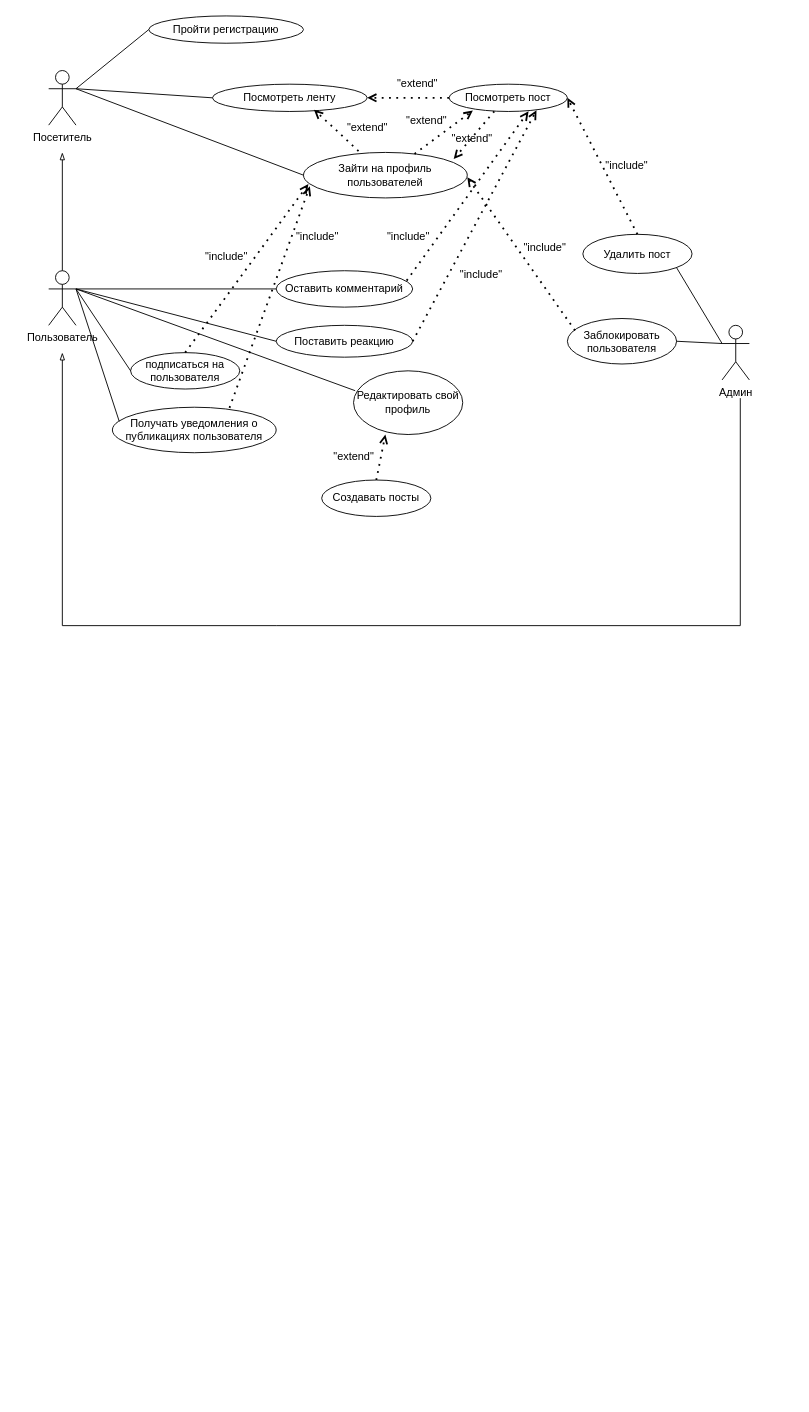
The draw.io diagram page "lab2" (8 of 8) of MiniToolStream_idef0.drawio in moroshma/MiniToolStream, before the edit. Source tidied: cells renumbered, new cells numbered last; positions are measured from the earlier drawing's top-left corner, leaving out a move shared by most shapes. Both pictures are drawn from the tidied source at 91%, with x=0, y=0 at pixel (48, 15).
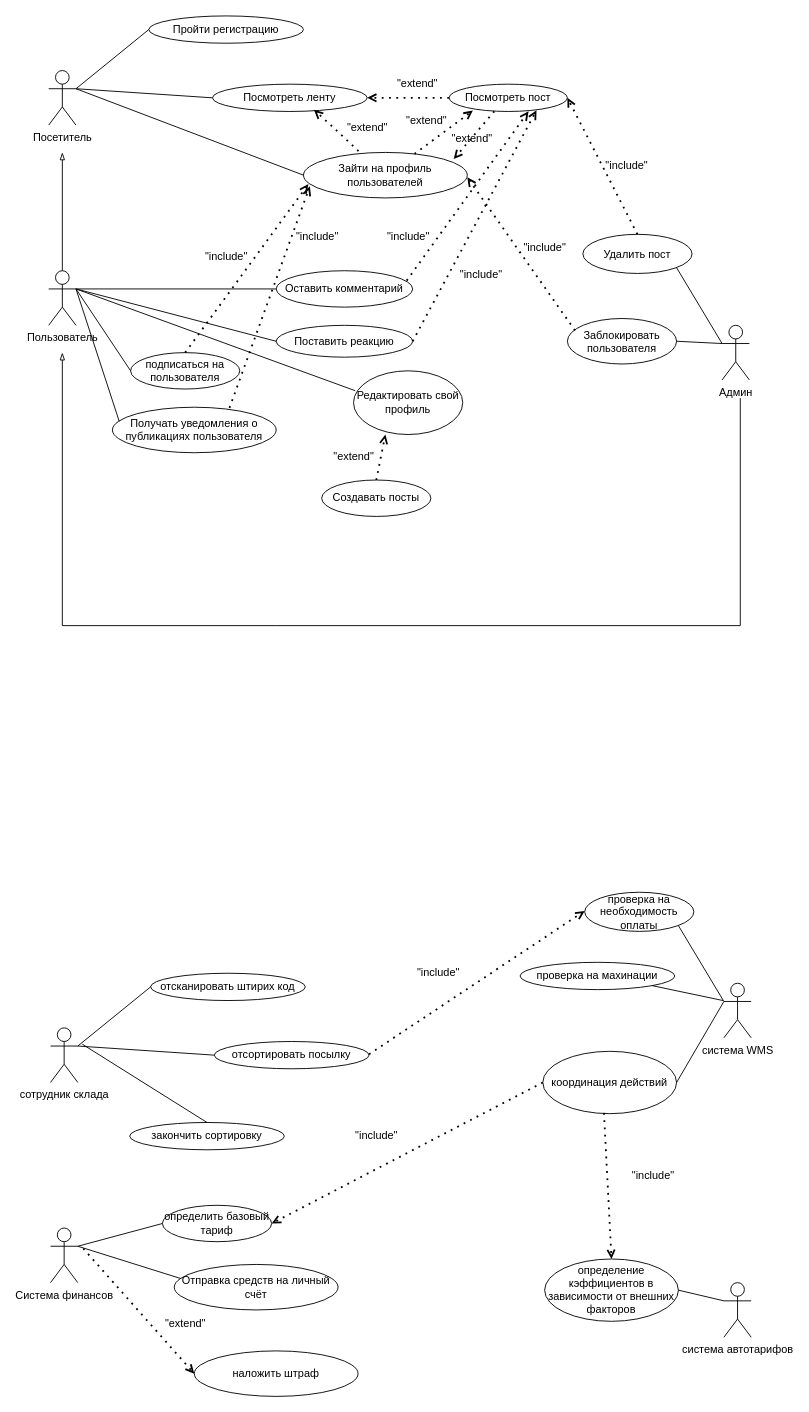
The same diagram, later.

The edit, as a diff of the source:
```diff
@@
+    <mxCell id="51" value="сотрудник склада" style="shape=umlActor;verticalLabelPosition=bottom;verticalAlign=top;html=1;outlineConnect=0;" parent="1" vertex="1">
+      <mxGeometry x="2" y="1112" width="30" height="60" as="geometry" />
+    </mxCell>
+    <mxCell id="52" value="отсканировать штирих код" style="ellipse;whiteSpace=wrap;html=1;" parent="1" vertex="1">
+      <mxGeometry x="112" y="1052" width="170" height="30" as="geometry" />
+    </mxCell>
+    <mxCell id="53" value="отсортировать посылку" style="ellipse;whiteSpace=wrap;html=1;" parent="1" vertex="1">
+      <mxGeometry x="182" y="1127" width="170" height="30" as="geometry" />
+    </mxCell>
+    <mxCell id="54" style="endArrow=none;html=1;rounded=0;entryX=0;entryY=0.5;entryDx=0;entryDy=0;exitX=1;exitY=0.3333333333333333;exitDx=0;exitDy=0;exitPerimeter=0;" parent="1" edge="1" source="51" target="52">
+      <mxGeometry relative="1" as="geometry" />
+    </mxCell>
+    <mxCell id="55" style="endArrow=none;html=1;rounded=0;exitX=1;exitY=0.3333333333333333;exitDx=0;exitDy=0;exitPerimeter=0;entryX=0;entryY=0.5;entryDx=0;entryDy=0;" parent="1" edge="1" source="51" target="53">
+      <mxGeometry relative="1" as="geometry" />
+    </mxCell>
+    <mxCell id="56" value="Система финансов" style="shape=umlActor;verticalLabelPosition=bottom;verticalAlign=top;html=1;" parent="1" vertex="1">
+      <mxGeometry x="2" y="1332" width="30" height="60" as="geometry" />
+    </mxCell>
+    <mxCell id="57" value="определить базовый тариф" style="ellipse;whiteSpace=wrap;html=1;" parent="1" vertex="1">
+      <mxGeometry x="125" y="1307" width="120" height="40" as="geometry" />
+    </mxCell>
+    <mxCell id="58" style="endArrow=none;html=1;rounded=0;exitX=0;exitY=0.5;exitDx=0;exitDy=0;" parent="1" edge="1" source="57">
+      <mxGeometry relative="1" as="geometry">
+        <mxPoint x="32" y="1352" as="targetPoint" />
+      </mxGeometry>
+    </mxCell>
+    <mxCell id="59" value="Отправка средств на личный счёт" style="ellipse;whiteSpace=wrap;html=1;" parent="1" vertex="1">
+      <mxGeometry x="138" y="1372" width="180" height="50" as="geometry" />
+    </mxCell>
+    <mxCell id="60" style="endArrow=none;html=1;rounded=0;exitX=0.042;exitY=0.312;exitDx=0;exitDy=0;exitPerimeter=0;" parent="1" edge="1" source="59">
+      <mxGeometry relative="1" as="geometry">
+        <mxPoint x="32" y="1352" as="targetPoint" />
+      </mxGeometry>
+    </mxCell>
+    <mxCell id="61" value="система автотарифов" style="shape=umlActor;verticalLabelPosition=bottom;verticalAlign=top;html=1;outlineConnect=0;" parent="1" vertex="1">
+      <mxGeometry x="742" y="1392" width="30" height="60" as="geometry" />
+    </mxCell>
+    <mxCell id="62" value="определение кэффициентов в зависимости от внешних факторов" style="ellipse;whiteSpace=wrap;html=1;" parent="1" vertex="1">
+      <mxGeometry x="545" y="1366" width="147" height="68.5" as="geometry" />
+    </mxCell>
+    <mxCell id="63" style="endArrow=none;html=1;rounded=0;entryX=0;entryY=0.3333333333333333;entryDx=0;entryDy=0;entryPerimeter=0;exitX=1;exitY=0.5;exitDx=0;exitDy=0;" parent="1" edge="1" source="62" target="61">
+      <mxGeometry relative="1" as="geometry" />
+    </mxCell>
+    <mxCell id="64" value="система WMS" style="shape=umlActor;verticalLabelPosition=bottom;verticalAlign=top;html=1;outlineConnect=0;" parent="1" vertex="1">
+      <mxGeometry x="742" y="1063" width="30" height="60" as="geometry" />
+    </mxCell>
+    <mxCell id="65" value="проверка на необходимость оплаты" style="ellipse;whiteSpace=wrap;html=1;" parent="1" vertex="1">
+      <mxGeometry x="589" y="963" width="120" height="43" as="geometry" />
+    </mxCell>
+    <mxCell id="66" style="endArrow=none;html=1;rounded=0;entryX=1;entryY=1;entryDx=0;entryDy=0;" parent="1" edge="1" target="65">
+      <mxGeometry relative="1" as="geometry">
+        <mxPoint x="742" y="1083" as="sourcePoint" />
+      </mxGeometry>
+    </mxCell>
+    <mxCell id="67" value="координация действий" style="ellipse;whiteSpace=wrap;html=1;" parent="1" vertex="1">
+      <mxGeometry x="543" y="1137.8" width="147" height="68.5" as="geometry" />
+    </mxCell>
+    <mxCell id="68" style="endArrow=none;html=1;rounded=0;entryX=0;entryY=0.3333333333333333;entryDx=0;entryDy=0;entryPerimeter=0;exitX=1;exitY=0.5;exitDx=0;exitDy=0;" parent="1" edge="1" source="67" target="64">
+      <mxGeometry relative="1" as="geometry" />
+    </mxCell>
+    <mxCell id="69" style="endArrow=open;dashed=1;html=1;dashPattern=1 3;strokeWidth=2;rounded=0;entryX=0;entryY=0.5;entryDx=0;entryDy=0;exitX=1;exitY=0.5;exitDx=0;exitDy=0;targetPerimeterSpacing=5;endFill=0;" parent="1" edge="1">
+      <mxGeometry relative="1" as="geometry">
+        <mxPoint x="352" y="1141" as="sourcePoint" />
+        <mxPoint x="589" y="983.5" as="targetPoint" />
+      </mxGeometry>
+    </mxCell>
+    <mxCell id="70" value="&quot;include&quot;" style="text;html=1;align=center;verticalAlign=middle;strokeColor=none;fillColor=none;" parent="1" vertex="1">
+      <mxGeometry x="393" y="1037" width="70" height="30" as="geometry" />
+    </mxCell>
+    <mxCell id="71" style="endArrow=open;dashed=1;html=1;dashPattern=1 3;strokeWidth=2;rounded=0;entryX=1;entryY=0.5;entryDx=0;entryDy=0;exitX=0;exitY=0.5;exitDx=0;exitDy=0;targetPerimeterSpacing=5;endFill=0;" parent="1" edge="1" source="67" target="57">
+      <mxGeometry relative="1" as="geometry" />
+    </mxCell>
+    <mxCell id="72" value="&quot;include&quot;" style="text;html=1;align=center;verticalAlign=middle;strokeColor=none;fillColor=none;" parent="1" vertex="1">
+      <mxGeometry x="325" y="1216" width="70" height="30" as="geometry" />
+    </mxCell>
+    <mxCell id="73" value="закончить сортировку" style="ellipse;whiteSpace=wrap;html=1;" parent="1" vertex="1">
+      <mxGeometry x="89" y="1216" width="170" height="30" as="geometry" />
+    </mxCell>
+    <mxCell id="74" style="endArrow=open;dashed=1;html=1;dashPattern=1 3;strokeWidth=2;rounded=0;entryX=0.5;entryY=0;entryDx=0;entryDy=0;exitX=0.457;exitY=0.988;exitDx=0;exitDy=0;targetPerimeterSpacing=5;endFill=0;exitPerimeter=0;" parent="1" edge="1" source="67" target="62">
+      <mxGeometry relative="1" as="geometry" />
+    </mxCell>
+    <mxCell id="75" value="&quot;include&quot;" style="text;html=1;align=center;verticalAlign=middle;strokeColor=none;fillColor=none;" parent="1" vertex="1">
+      <mxGeometry x="629" y="1260" width="70" height="30" as="geometry" />
+    </mxCell>
+    <mxCell id="76" value="наложить штраф" style="ellipse;whiteSpace=wrap;html=1;" parent="1" vertex="1">
+      <mxGeometry x="160" y="1467" width="180" height="50" as="geometry" />
+    </mxCell>
+    <mxCell id="77" style="endArrow=open;dashed=1;html=1;dashPattern=1 3;strokeWidth=2;rounded=0;entryX=0;entryY=0.5;entryDx=0;entryDy=0;targetPerimeterSpacing=5;endFill=0;" parent="1" edge="1" target="76">
+      <mxGeometry relative="1" as="geometry">
+        <mxPoint x="38" y="1354.5" as="sourcePoint" />
+      </mxGeometry>
+    </mxCell>
+    <mxCell id="78" value="&quot;extend&quot;" style="text;html=1;align=center;verticalAlign=middle;strokeColor=none;fillColor=none;" parent="1" vertex="1">
+      <mxGeometry x="115" y="1422" width="70" height="30" as="geometry" />
+    </mxCell>
+    <mxCell id="79" value="проверка на махинации" style="ellipse;whiteSpace=wrap;html=1;" parent="1" vertex="1">
+      <mxGeometry x="518" y="1040" width="170" height="30" as="geometry" />
+    </mxCell>
+    <mxCell id="80" style="endArrow=none;html=1;rounded=0;entryX=0.5;entryY=0;entryDx=0;entryDy=0;" parent="1" edge="1" target="73">
+      <mxGeometry relative="1" as="geometry">
+        <mxPoint x="37" y="1130" as="sourcePoint" />
+      </mxGeometry>
+    </mxCell>
+    <mxCell id="81" style="endArrow=none;html=1;rounded=0;exitX=1;exitY=1;exitDx=0;exitDy=0;" parent="1" edge="1" source="79">
+      <mxGeometry relative="1" as="geometry">
+        <mxPoint x="741" y="1082" as="targetPoint" />
+      </mxGeometry>
+    </mxCell>
```
